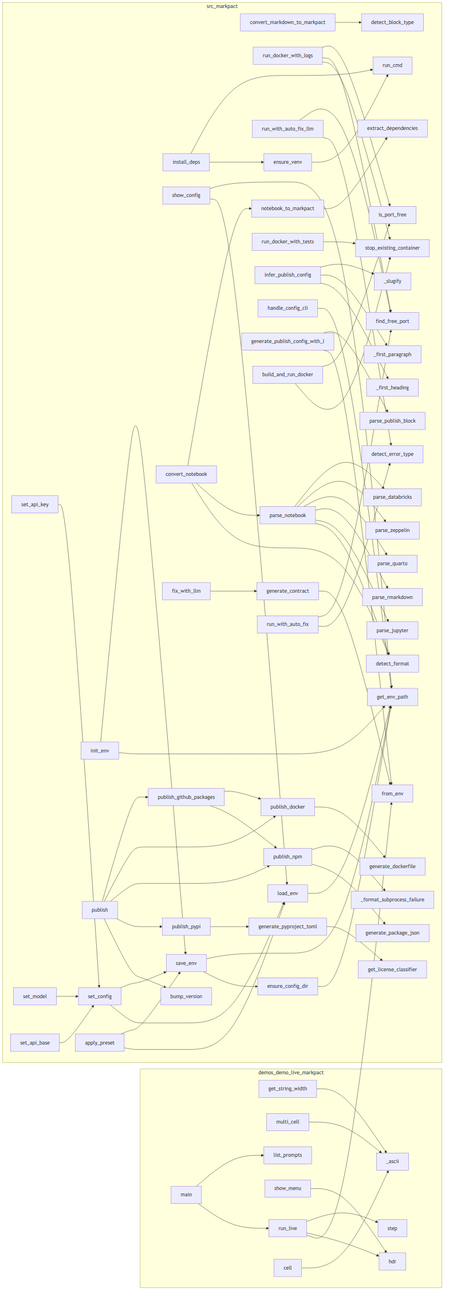
Above: project/calls.png in markpact/markpact (Mermaid), before the change. Its source is kept beside it as project/calls.mmd.
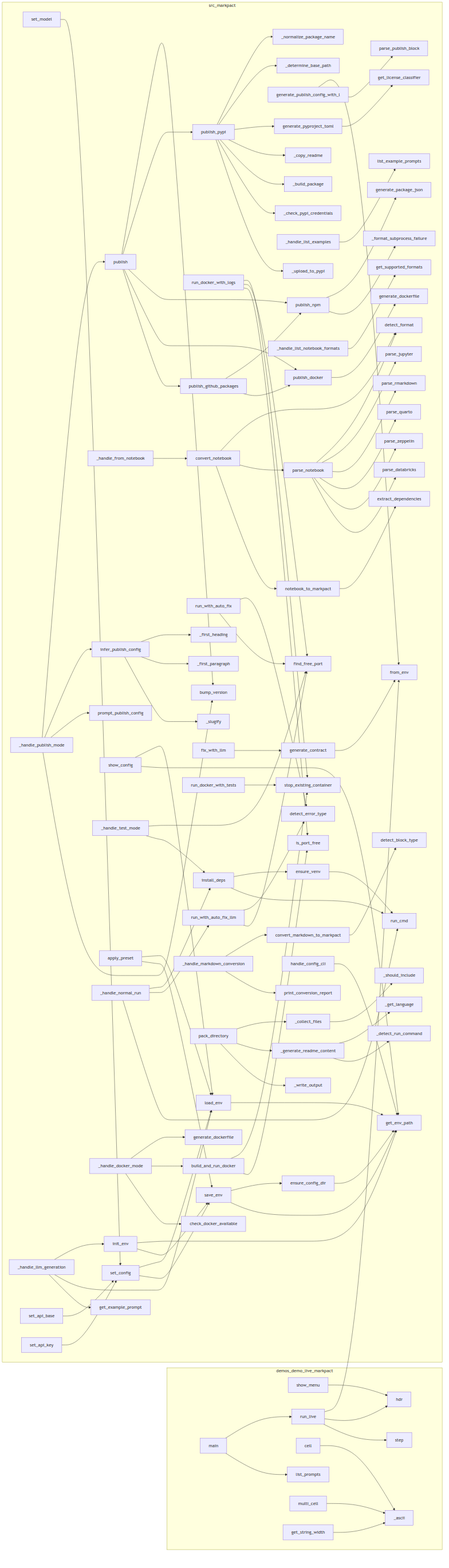
Later version of the same file.

What changed in the source:
```diff
@@ -1,73 +1,102 @@
 flowchart LR
     subgraph demos_demo_live_markpact
-        demos__get_string_width["get_string_width"]
-        demos__demo_live_markpact__LivePDF__multi_cell["multi_cell"]
-        demos__demo_live_markpact__list_prompts["list_prompts"]
         demos__demo_live_markpact__show_menu["show_menu"]
+        demos__demo_live_markpact__run_live["run_live"]
         demos__demo_live_markpact__main["main"]
-        demos__demo_live_markpact__run_live["run_live"]
         demos__demo_live_markpact__hdr["hdr"]
         demos__demo_live_markpact__step["step"]
         demos__demo_live_markpact__LivePDF__cell["cell"]
         demos__demo_live_markpact___ascii["_ascii"]
+        demos__demo_live_markpact__list_prompts["list_prompts"]
+        demos__demo_live_markpact__LivePDF__multi_cell["multi_cell"]
+        demos__get_string_width["get_string_width"]
     end
     subgraph src_markpact
+        src__convert_markdown_to_markpact["convert_markdown_to_markpact"]
+        src__markpact__config__set_config["set_config"]
+        src__markpact__packer___detect_run_command["_detect_run_command"]
+        src__markpact__converter__print_conversion_report["print_conversion_report"]
+        src__markpact__auto_fix__run_with_auto_fix_llm["run_with_auto_fix_llm"]
+        src__markpact__publisher__parse_publish_block["parse_publish_block"]
+        src__generate_publish_config_with_llm["generate_publish_config_with_l"]
+        src__markpact__cli___handle_from_notebook["_handle_from_notebook"]
+        src__markpact__docker_runner__run_docker_with_logs["run_docker_with_logs"]
+        src__markpact__publisher__prompt_publish_config["prompt_publish_config"]
+        src__markpact__config__init_env["init_env"]
+        src__markpact__config__set_model["set_model"]
+        src__markpact__publisher___upload_to_pypi["_upload_to_pypi"]
+        src__markpact__sandbox__find_free_port["find_free_port"]
+        src__markpact__notebook_converter__parse_notebook["parse_notebook"]
+        src__markpact__publisher___determine_base_path["_determine_base_path"]
+        src__markpact__cli___handle_publish_mode["_handle_publish_mode"]
+        src__check_docker_available["check_docker_available"]
+        src__markpact__cli___handle_list_examples["_handle_list_examples"]
+        src__markpact__generator__generate_contract["generate_contract"]
+        src__markpact__config__load_env["load_env"]
+        src__from_env["from_env"]
+        src__markpact__docker_runner__generate_dockerfile["generate_dockerfile"]
+        src__markpact__config__show_config["show_config"]
+        src__markpact__publisher___slugify["_slugify"]
+        src__markpact__generator__list_example_prompts["list_example_prompts"]
+        src__markpact__auto_fix__detect_error_type["detect_error_type"]
+        src__markpact__cli___handle_list_notebook_formats["_handle_list_notebook_formats"]
+        src__markpact__auto_fix__run_with_auto_fix["run_with_auto_fix"]
+        src__markpact__publisher__generate_package_json["generate_package_json"]
+        src__markpact__publisher__publish_pypi["publish_pypi"]
+        src__markpact__packer___write_output["_write_output"]
+        src__markpact__publisher__generate_dockerfile["generate_dockerfile"]
+        src__markpact__converter__detect_block_type["detect_block_type"]
+        src__markpact__cli___handle_test_mode["_handle_test_mode"]
+        src__markpact__notebook_converter__parse_quarto["parse_quarto"]
+        src__markpact__publisher___build_package["_build_package"]
+        src__markpact__notebook_converter__parse_rmarkdown["parse_rmarkdown"]
+        src__markpact__config__apply_preset["apply_preset"]
+        src__markpact__docker_runner__is_port_free["is_port_free"]
+        src__markpact__cli___handle_llm_generation["_handle_llm_generation"]
+        src__convert_notebook["convert_notebook"]
+        src__markpact__publisher__publish["publish"]
+        src___format_subprocess_failure["_format_subprocess_failure"]
+        src__extract_dependencies["extract_dependencies"]
+        src__markpact__runner__install_deps["install_deps"]
+        src__markpact__config__get_env_path["get_env_path"]
+        src__markpact__cli___handle_normal_run["_handle_normal_run"]
+        src__markpact__packer___generate_readme_content["_generate_readme_content"]
+        src__markpact__publisher___first_heading["_first_heading"]
+        src__markpact__publisher___check_pypi_credentials["_check_pypi_credentials"]
+        src__markpact__auto_fix__fix_with_llm["fix_with_llm"]
+        src__markpact__runner__run_cmd["run_cmd"]
+        src__get_supported_formats["get_supported_formats"]
+        src__markpact__packer___get_language["_get_language"]
+        src__markpact__cli___handle_docker_mode["_handle_docker_mode"]
+        src__markpact__publisher___first_paragraph["_first_paragraph"]
+        src__run_docker_with_tests["run_docker_with_tests"]
+        src__markpact__runner__ensure_venv["ensure_venv"]
+        src__markpact__config__save_env["save_env"]
+        src__markpact__publisher__publish_npm["publish_npm"]
+        src__markpact__publisher__bump_version["bump_version"]
+        src__parse_databricks["parse_databricks"]
+        src__markpact__publisher__publish_github_packages["publish_github_packages"]
+        src__markpact__publisher__publish_docker["publish_docker"]
+        src__markpact__packer___collect_files["_collect_files"]
+        src__notebook_to_markpact["notebook_to_markpact"]
+        src__markpact__publisher___normalize_package_name["_normalize_package_name"]
+        src__markpact__notebook_converter__parse_jupyter["parse_jupyter"]
+        src__markpact__publisher__generate_pyproject_toml["generate_pyproject_toml"]
+        src__markpact__cli___handle_markdown_conversion["_handle_markdown_conversion"]
+        src__markpact__publisher__get_license_classifier["get_license_classifier"]
+        src__markpact__config__ensure_config_dir["ensure_config_dir"]
+        src__markpact__config__set_api_base["set_api_base"]
+        src__markpact__packer__pack_directory["pack_directory"]
         src__markpact__config__set_api_key["set_api_key"]
-        src__convert_markdown_to_markpact["convert_markdown_to_markpact"]
-        src__markpact__publisher___slugify["_slugify"]
-        src__markpact__config__init_env["init_env"]
-        src__markpact__docker_runner__run_docker_with_logs["run_docker_with_logs"]
-        src__markpact__runner__install_deps["install_deps"]
-        src__markpact__notebook_converter__parse_notebook["parse_notebook"]
-        src__markpact__runner__run_cmd["run_cmd"]
-        src__markpact__config__set_model["set_model"]
-        src__markpact__auto_fix__run_with_auto_fix_llm["run_with_auto_fix_llm"]
-        src__markpact__config__show_config["show_config"]
-        src__markpact__publisher__publish["publish"]
-        src__markpact__config__set_config["set_config"]
-        src__convert_notebook["convert_notebook"]
-        src__markpact__config__load_env["load_env"]
+        src__markpact__packer___should_include["_should_include"]
+        src__markpact__publisher__infer_publish_config["infer_publish_config"]
+        src__markpact__generator__get_example_prompt["get_example_prompt"]
         src__markpact__notebook_converter__parse_zeppelin["parse_zeppelin"]
-        src__markpact__publisher___first_paragraph["_first_paragraph"]
-        src__markpact__runner__ensure_venv["ensure_venv"]
-        src__markpact__config__ensure_config_dir["ensure_config_dir"]
-        src__run_docker_with_tests["run_docker_with_tests"]
-        src__markpact__auto_fix__fix_with_llm["fix_with_llm"]
-        src__markpact__docker_runner__is_port_free["is_port_free"]
-        src__markpact__notebook_converter__parse_jupyter["parse_jupyter"]
-        src__markpact__auto_fix__detect_error_type["detect_error_type"]
-        src__markpact__publisher__generate_dockerfile["generate_dockerfile"]
-        src__markpact__config__get_env_path["get_env_path"]
-        src__markpact__publisher__infer_publish_config["infer_publish_config"]
-        src__markpact__converter__detect_block_type["detect_block_type"]
-        src__parse_databricks["parse_databricks"]
-        src__markpact__publisher__get_license_classifier["get_license_classifier"]
+        src__markpact__cli__handle_config_cli["handle_config_cli"]
+        src__markpact__publisher___copy_readme["_copy_readme"]
+        src__markpact__docker_runner__build_and_run_docker["build_and_run_docker"]
+        src__stop_existing_container["stop_existing_container"]
         src__markpact__notebook_converter__detect_format["detect_format"]
-        src__markpact__sandbox__find_free_port["find_free_port"]
-        src__markpact__publisher___first_heading["_first_heading"]
-        src___format_subprocess_failure["_format_subprocess_failure"]
-        src__markpact__publisher__publish_pypi["publish_pypi"]
-        src__markpact__cli__handle_config_cli["handle_config_cli"]
-        src__markpact__publisher__bump_version["bump_version"]
-        src__generate_publish_config_with_llm["generate_publish_config_with_l"]
-        src__markpact__config__set_api_base["set_api_base"]
-        src__markpact__docker_runner__build_and_run_docker["build_and_run_docker"]
-        src__notebook_to_markpact["notebook_to_markpact"]
-        src__markpact__publisher__publish_github_packages["publish_github_packages"]
-        src__markpact__generator__generate_contract["generate_contract"]
-        src__markpact__notebook_converter__parse_quarto["parse_quarto"]
-        src__markpact__config__save_env["save_env"]
-        src__markpact__publisher__generate_package_json["generate_package_json"]
-        src__markpact__notebook_converter__parse_rmarkdown["parse_rmarkdown"]
-        src__stop_existing_container["stop_existing_container"]
-        src__markpact__config__apply_preset["apply_preset"]
-        src__from_env["from_env"]
-        src__markpact__publisher__publish_npm["publish_npm"]
-        src__extract_dependencies["extract_dependencies"]
-        src__markpact__auto_fix__run_with_auto_fix["run_with_auto_fix"]
-        src__markpact__publisher__generate_pyproject_toml["generate_pyproject_toml"]
-        src__markpact__publisher__parse_publish_block["parse_publish_block"]
-        src__markpact__publisher__publish_docker["publish_docker"]
     end
     src__markpact__config__ensure_config_dir --> src__markpact__config__get_env_path
     src__markpact__config__load_env --> src__markpact__config__get_env_path
@@ -90,6 +119,12 @@
     src__markpact__docker_runner__run_docker_with_logs --> src__markpact__sandbox__find_free_port
     src__markpact__docker_runner__run_docker_with_logs --> src__markpact__docker_runner__is_port_free
     src__run_docker_with_tests --> src__stop_existing_container
+    src__markpact__packer___collect_files --> src__markpact__packer___should_include
+    src__markpact__packer___generate_readme_content --> src__markpact__packer___get_language
+    src__markpact__packer___generate_readme_content --> src__markpact__packer___detect_run_command
+    src__markpact__packer__pack_directory --> src__markpact__packer___collect_files
+    src__markpact__packer__pack_directory --> src__markpact__packer___generate_readme_content
+    src__markpact__packer__pack_directory --> src__markpact__packer___write_output
     src__markpact__runner__ensure_venv --> src__markpact__runner__run_cmd
     src__markpact__runner__install_deps --> src__markpact__runner__ensure_venv
     src__markpact__runner__install_deps --> src__markpact__runner__run_cmd
@@ -108,8 +143,28 @@
     src__markpact__auto_fix__fix_with_llm --> src__markpact__generator__generate_contract
     src__markpact__auto_fix__run_with_auto_fix_llm --> src__markpact__auto_fix__detect_error_type
     src__markpact__auto_fix__run_with_auto_fix_llm --> src__markpact__sandbox__find_free_port
+    src__markpact__cli__handle_config_cli --> src__markpact__config__get_env_path
+    src__markpact__cli___handle_list_examples --> src__markpact__generator__list_example_prompts
+    src__markpact__cli___handle_list_notebook_formats --> src__get_supported_formats
+    src__markpact__cli___handle_from_notebook --> src__convert_notebook
+    src__markpact__cli___handle_llm_generation --> src__markpact__config__init_env
+    src__markpact__cli___handle_llm_generation --> src__markpact__config__load_env
+    src__markpact__cli___handle_llm_generation --> src__markpact__generator__get_example_prompt
+    src__markpact__cli___handle_markdown_conversion --> src__convert_markdown_to_markpact
+    src__markpact__cli___handle_markdown_conversion --> src__markpact__converter__print_conversion_report
+    src__markpact__cli___handle_publish_mode --> src__markpact__publisher__publish
+    src__markpact__cli___handle_publish_mode --> src__markpact__publisher__infer_publish_config
+    src__markpact__cli___handle_publish_mode --> src__markpact__publisher__prompt_publish_config
+    src__markpact__cli___handle_publish_mode --> src__markpact__publisher__bump_version
+    src__markpact__cli___handle_docker_mode --> src__markpact__docker_runner__generate_dockerfile
+    src__markpact__cli___handle_docker_mode --> src__markpact__docker_runner__build_and_run_docker
+    src__markpact__cli___handle_docker_mode --> src__check_docker_available
+    src__markpact__cli___handle_test_mode --> src__markpact__sandbox__find_free_port
+    src__markpact__cli___handle_test_mode --> src__markpact__runner__install_deps
+    src__markpact__cli___handle_normal_run --> src__markpact__runner__install_deps
+    src__markpact__cli___handle_normal_run --> src__markpact__auto_fix__run_with_auto_fix_llm
+    src__markpact__cli___handle_normal_run --> src__markpact__runner__run_cmd
     src__markpact__generator__generate_contract --> src__from_env
-    src__markpact__cli__handle_config_cli --> src__markpact__config__get_env_path
     src__convert_markdown_to_markpact --> src__markpact__converter__detect_block_type
     src__markpact__publisher__infer_publish_config --> src__markpact__publisher___first_heading
     src__markpact__publisher__infer_publish_config --> src__markpact__publisher___first_paragraph
@@ -117,7 +172,13 @@
     src__generate_publish_config_with_llm --> src__from_env
     src__generate_publish_config_with_llm --> src__markpact__publisher__parse_publish_block
     src__markpact__publisher__generate_pyproject_toml --> src__markpact__publisher__get_license_classifier
+    src__markpact__publisher__publish_pypi --> src__markpact__publisher___normalize_package_name
+    src__markpact__publisher__publish_pypi --> src__markpact__publisher___determine_base_path
     src__markpact__publisher__publish_pypi --> src__markpact__publisher__generate_pyproject_toml
+    src__markpact__publisher__publish_pypi --> src__markpact__publisher___copy_readme
+    src__markpact__publisher__publish_pypi --> src__markpact__publisher___build_package
+    src__markpact__publisher__publish_pypi --> src__markpact__publisher___check_pypi_credentials
+    src__markpact__publisher__publish_pypi --> src__markpact__publisher___upload_to_pypi
     src__markpact__publisher__publish_npm --> src__markpact__publisher__generate_package_json
     src__markpact__publisher__publish_npm --> src___format_subprocess_failure
     src__markpact__publisher__publish_docker --> src__markpact__publisher__generate_dockerfile
```
